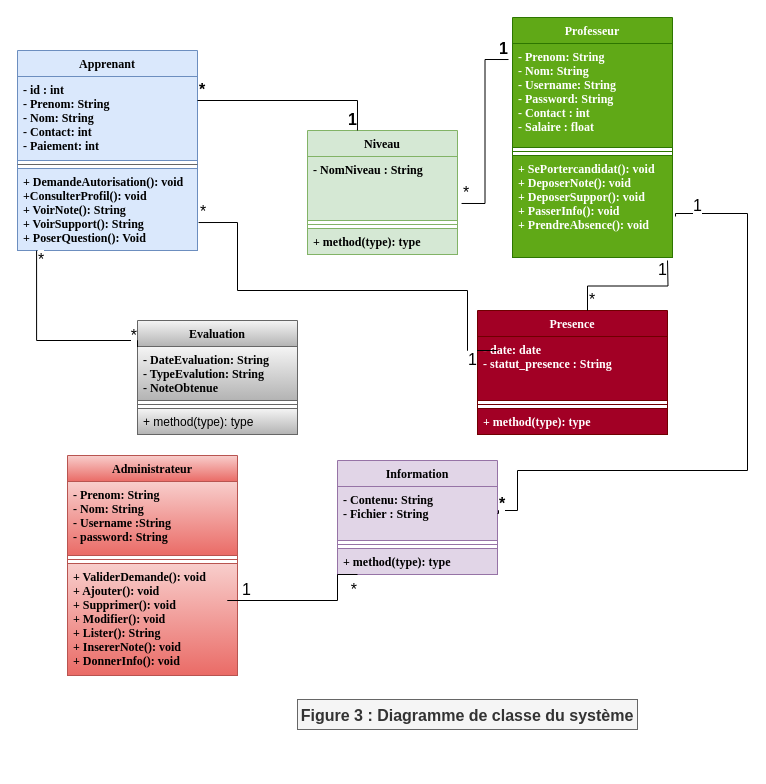
Before: Diagramme sans nom.drawio in BachirSylla/Mon-memoire, a draw.io diagram. Source tidied: cells renumbered, new cells numbered last; positions are measured from the earlier drawing's top-left corner, leaving out a move shared by most shapes. Both pictures are drawn from the tidied source at 100%, with x=0, y=0 at pixel (17, 17).
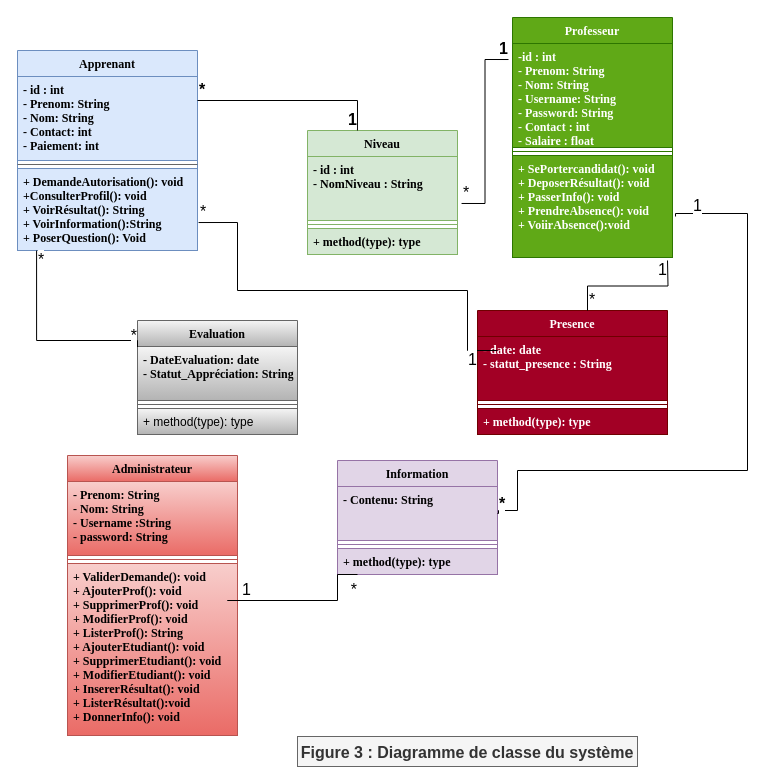
The same page after the edit.

Commit message:
Mettre à jour Diagramme sans nom.drawio

Unchanged cells that the change refers to:
```xml
<mxCell id="2" value="Professeur" style="swimlane;fontStyle=1;align=center;verticalAlign=top;horizontal=1;startSize=26;fillColor=#60a917;fontColor=#ffffff;strokeColor=#2D7600;fontFamily=Times New Roman;" parent="1" vertex="1">
  <mxGeometry x="495" width="160" height="240" as="geometry" />
</mxCell>
<mxCell id="6" value="Apprenant" style="swimlane;fontStyle=1;align=center;verticalAlign=top;horizontal=1;startSize=26;fillColor=#dae8fc;strokeColor=#6c8ebf;fontFamily=Times New Roman;" parent="1" vertex="1">
  <mxGeometry y="33" width="180" height="200" as="geometry" />
</mxCell>
<mxCell id="10" value="Niveau" style="swimlane;fontStyle=1;align=center;verticalAlign=top;horizontal=1;startSize=26;fillColor=#d5e8d4;strokeColor=#82b366;fontFamily=Times New Roman;" parent="1" vertex="1">
  <mxGeometry x="290" y="113" width="150" height="124" as="geometry" />
</mxCell>
<mxCell id="18" value="Information" style="swimlane;fontStyle=1;align=center;verticalAlign=top;horizontal=1;startSize=26;fillColor=#e1d5e7;strokeColor=#9673a6;fontFamily=Times New Roman;" parent="1" vertex="1">
  <mxGeometry x="320" y="443" width="160" height="114" as="geometry" />
</mxCell>
<mxCell id="22" value="Evaluation" style="swimlane;fontStyle=1;align=center;verticalAlign=top;horizontal=1;startSize=26;fillColor=#f5f5f5;gradientColor=#b3b3b3;strokeColor=#666666;fontFamily=Times New Roman;" parent="1" vertex="1">
  <mxGeometry x="120" y="303" width="160" height="114" as="geometry" />
</mxCell>
```

Diff of the diagram source:
```diff
@@
-    <mxCell id="3" value="- Prenom: String&#10;- Nom: String&#10;- Username: String&#10;- Password: String&#10;- Contact : int&#10;- Salaire : float" style="text;strokeColor=#2D7600;fillColor=#60a917;align=left;verticalAlign=top;spacingLeft=4;spacingRight=4;overflow=hidden;points=[[0,0.5],[1,0.5]];portConstraint=eastwest;fontColor=#ffffff;fontStyle=1;fontFamily=Times New Roman;" parent="2" vertex="1">
+    <mxCell id="3" value="-id : int&#10;- Prenom: String&#10;- Nom: String&#10;- Username: String&#10;- Password: String&#10;- Contact : int&#10;- Salaire : float" style="text;strokeColor=#2D7600;fillColor=#60a917;align=left;verticalAlign=top;spacingLeft=4;spacingRight=4;overflow=hidden;points=[[0,0.5],[1,0.5]];portConstraint=eastwest;fontColor=#ffffff;fontStyle=1;fontFamily=Times New Roman;" parent="2" vertex="1">
       <mxGeometry y="26" width="160" height="104" as="geometry" />
     </mxCell>
@@
-    <mxCell id="5" value="+ SePortercandidat(): void&#10;+ DeposerNote(): void&#10;+ DeposerSuppor(): void&#10;+ PasserInfo(): void&#10;+ PrendreAbsence(): void" style="text;strokeColor=#2D7600;fillColor=#60a917;align=left;verticalAlign=top;spacingLeft=4;spacingRight=4;overflow=hidden;points=[[0,0.5],[1,0.5]];portConstraint=eastwest;fontColor=#ffffff;fontStyle=1;fontFamily=Times New Roman;" parent="2" vertex="1">
+    <mxCell id="5" value="+ SePortercandidat(): void&#10;+ DeposerRésultat(): void&#10;+ PasserInfo(): void&#10;+ PrendreAbsence(): void&#10;+ VoiirAbsence():void" style="text;strokeColor=#2D7600;fillColor=#60a917;align=left;verticalAlign=top;spacingLeft=4;spacingRight=4;overflow=hidden;points=[[0,0.5],[1,0.5]];portConstraint=eastwest;fontColor=#ffffff;fontStyle=1;fontFamily=Times New Roman;" parent="2" vertex="1">
       <mxGeometry y="138" width="160" height="102" as="geometry" />
     </mxCell>
@@
-    <mxCell id="9" value="+ DemandeAutorisation(): void&#10;+ConsulterProfil(): void&#10;+ VoirNote(): String&#10;+ VoirSupport(): String&#10;+ PoserQuestion(): Void" style="text;strokeColor=#6c8ebf;fillColor=#dae8fc;align=left;verticalAlign=top;spacingLeft=4;spacingRight=4;overflow=hidden;points=[[0,0.5],[1,0.5]];portConstraint=eastwest;fontFamily=Times New Roman;fontStyle=1;" parent="6" vertex="1">
+    <mxCell id="9" value="+ DemandeAutorisation(): void&#10;+ConsulterProfil(): void&#10;+ VoirRésultat(): String&#10;+ VoirInformation():String&#10;+ PoserQuestion(): Void" style="text;strokeColor=#6c8ebf;fillColor=#dae8fc;align=left;verticalAlign=top;spacingLeft=4;spacingRight=4;overflow=hidden;points=[[0,0.5],[1,0.5]];portConstraint=eastwest;fontFamily=Times New Roman;fontStyle=1;" parent="6" vertex="1">
       <mxGeometry y="118" width="180" height="82" as="geometry" />
     </mxCell>
@@
-    <mxCell id="11" value="- NomNiveau : String" style="text;strokeColor=#82b366;fillColor=#d5e8d4;align=left;verticalAlign=top;spacingLeft=4;spacingRight=4;overflow=hidden;points=[[0,0.5],[1,0.5]];portConstraint=eastwest;fontFamily=Times New Roman;fontStyle=1;" parent="10" vertex="1">
+    <mxCell id="11" value="- id : int&#10;- NomNiveau : String" style="text;strokeColor=#82b366;fillColor=#d5e8d4;align=left;verticalAlign=top;spacingLeft=4;spacingRight=4;overflow=hidden;points=[[0,0.5],[1,0.5]];portConstraint=eastwest;fontFamily=Times New Roman;fontStyle=1;" parent="10" vertex="1">
       <mxGeometry y="26" width="150" height="64" as="geometry" />
     </mxCell>
@@
-    <mxCell id="19" value="- Contenu: String&#10;- Fichier : String" style="text;strokeColor=#9673a6;fillColor=#e1d5e7;align=left;verticalAlign=top;spacingLeft=4;spacingRight=4;overflow=hidden;fontFamily=Times New Roman;fontStyle=1;" parent="18" vertex="1">
+    <mxCell id="19" value="- Contenu: String" style="text;strokeColor=#9673a6;fillColor=#e1d5e7;align=left;verticalAlign=top;spacingLeft=4;spacingRight=4;overflow=hidden;fontFamily=Times New Roman;fontStyle=1;" parent="18" vertex="1">
       <mxGeometry y="26" width="160" height="54" as="geometry" />
     </mxCell>
@@
-    <mxCell id="23" value="- DateEvaluation: String&#10;- TypeEvalution: String &#10;- NoteObtenue" style="text;strokeColor=#666666;fillColor=#f5f5f5;align=left;verticalAlign=top;spacingLeft=4;spacingRight=4;overflow=hidden;gradientColor=#b3b3b3;fontFamily=Times New Roman;fontStyle=1;" parent="22" vertex="1">
+    <mxCell id="23" value="- DateEvaluation: date&#10;- Statut_Appréciation: String " style="text;strokeColor=#666666;fillColor=#f5f5f5;align=left;verticalAlign=top;spacingLeft=4;spacingRight=4;overflow=hidden;gradientColor=#b3b3b3;fontFamily=Times New Roman;fontStyle=1;" parent="22" vertex="1">
       <mxGeometry y="26" width="160" height="54" as="geometry" />
     </mxCell>
@@
     <mxCell id="26" value="Administrateur" style="swimlane;fontStyle=1;align=center;verticalAlign=top;horizontal=1;startSize=26;fillColor=#f8cecc;gradientColor=#ea6b66;strokeColor=#b85450;fontFamily=Times New Roman;" parent="1" vertex="1">
-      <mxGeometry x="50" y="438" width="170" height="220" as="geometry" />
+      <mxGeometry x="50" y="438" width="170" height="280" as="geometry" />
     </mxCell>
@@
-    <mxCell id="29" value="+ ValiderDemande(): void&#10;+ Ajouter(): void&#10;+ Supprimer(): void&#10;+ Modifier(): void&#10;+ Lister(): String&#10;+ InsererNote(): void&#10;+ DonnerInfo(): void" style="text;strokeColor=#b85450;fillColor=#f8cecc;align=left;verticalAlign=top;spacingLeft=4;spacingRight=4;overflow=hidden;gradientColor=#ea6b66;fontFamily=Times New Roman;fontStyle=1;" parent="26" vertex="1">
-      <mxGeometry y="108" width="170" height="112" as="geometry" />
+    <mxCell id="29" value="+ ValiderDemande(): void&#10;+ AjouterProf(): void&#10;+ SupprimerProf(): void&#10;+ ModifierProf(): void&#10;+ ListerProf(): String&#10;+ AjouterEtudiant(): void&#10;+ SupprimerEtudiant(): void&#10;+ ModifierEtudiant(): void&#10;+ InsererRésultat(): void&#10;+ ListerRésultat():void&#10;+ DonnerInfo(): void" style="text;strokeColor=#b85450;fillColor=#f8cecc;align=left;verticalAlign=top;spacingLeft=4;spacingRight=4;overflow=hidden;gradientColor=#ea6b66;fontFamily=Times New Roman;fontStyle=1;" parent="26" vertex="1">
+      <mxGeometry y="108" width="170" height="172" as="geometry" />
     </mxCell>
@@
     <mxCell id="51" value="Figure 3 : Diagramme de classe du système" style="text;align=center;fontStyle=1;verticalAlign=middle;spacingLeft=3;spacingRight=3;fontSize=16;fillColor=#f5f5f5;fontColor=#333333;strokeColor=#666666;" parent="1" vertex="1">
-      <mxGeometry x="280" y="682" width="340" height="30" as="geometry" />
+      <mxGeometry x="280" y="719" width="340" height="30" as="geometry" />
     </mxCell>
```
